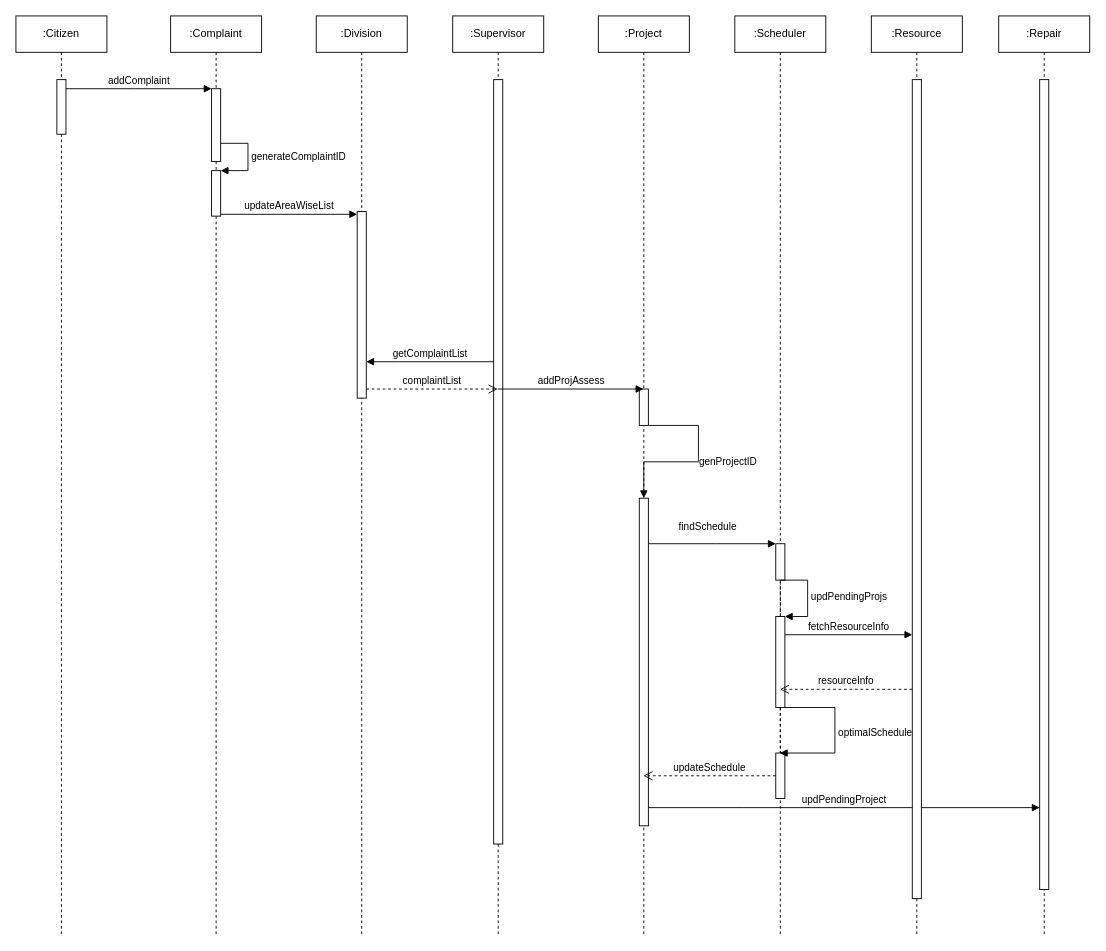
Before: diagrams/sequential.drawio in O-alpha/SE-LAB, a draw.io diagram. Source tidied: cells renumbered, new cells numbered last; positions are measured from the earlier drawing's top-left corner, leaving out a move shared by most shapes. Both pictures are drawn from the tidied source at 91%, with x=0, y=0 at pixel (15, 15).
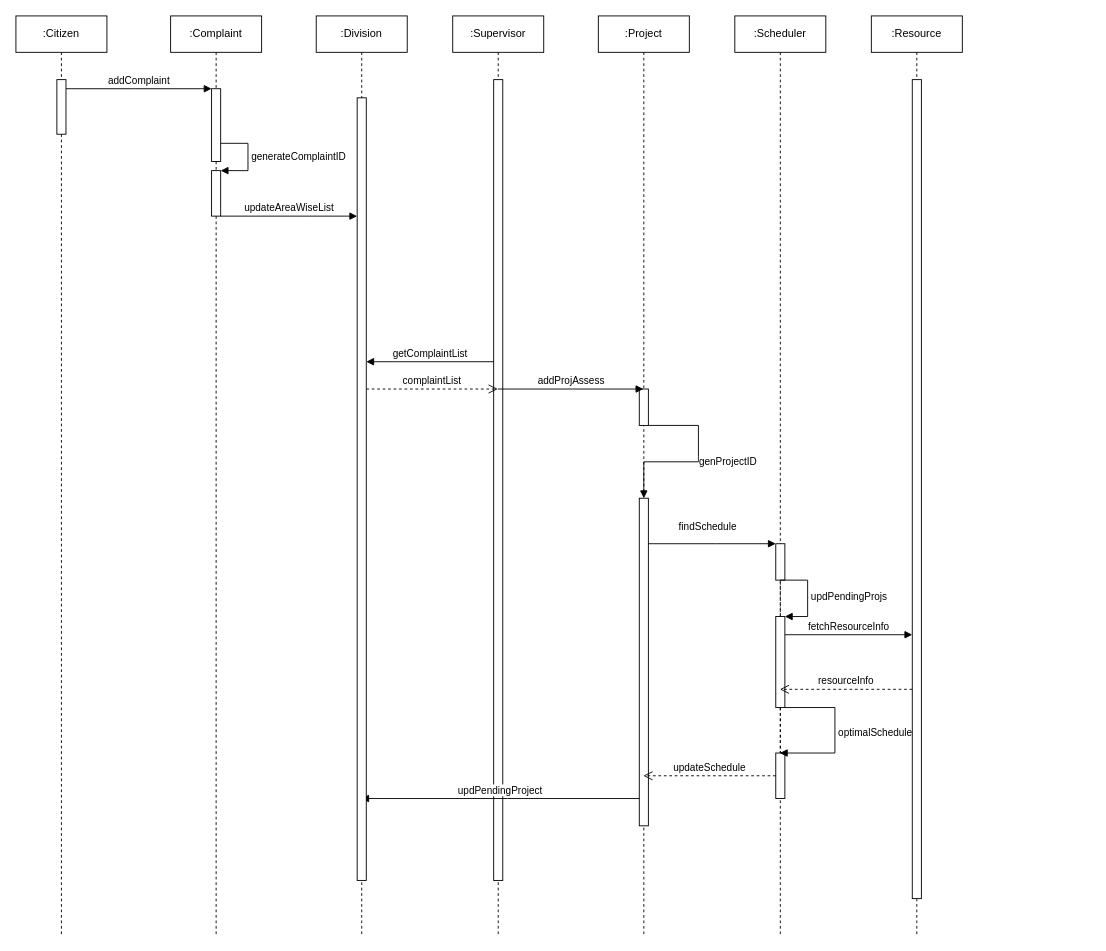
Above is the later version.

The change refers to these unchanged cells:
```xml
<mxCell id="6" style="html=1;points=[];perimeter=orthogonalPerimeter;outlineConnect=0;targetShapes=umlLifeline;portConstraint=eastwest;newEdgeStyle={&quot;edgeStyle&quot;:&quot;elbowEdgeStyle&quot;,&quot;elbow&quot;:&quot;vertical&quot;,&quot;curved&quot;:0,&quot;rounded&quot;:0};" parent="4" vertex="1">
  <mxGeometry x="45" y="170" width="10" height="50" as="geometry" />
</mxCell>
<mxCell id="8" value=":Supervisor" style="shape=umlLifeline;perimeter=lifelinePerimeter;whiteSpace=wrap;html=1;outlineConnect=0;portConstraint=eastwest;newEdgeStyle={&quot;edgeStyle&quot;:&quot;elbowEdgeStyle&quot;,&quot;elbow&quot;:&quot;vertical&quot;,&quot;curved&quot;:0,&quot;rounded&quot;:0};" parent="1" vertex="1">
  <mxGeometry x="480" width="100" height="1010" as="geometry" />
</mxCell>
<mxCell id="12" style="html=1;points=[];perimeter=orthogonalPerimeter;outlineConnect=0;targetShapes=umlLifeline;portConstraint=eastwest;newEdgeStyle={&quot;edgeStyle&quot;:&quot;elbowEdgeStyle&quot;,&quot;elbow&quot;:&quot;vertical&quot;,&quot;curved&quot;:0,&quot;rounded&quot;:0};" parent="10" vertex="1">
  <mxGeometry x="45" y="530" width="10" height="360" as="geometry" />
</mxCell>
<mxCell id="31" value=":Division" style="shape=umlLifeline;perimeter=lifelinePerimeter;whiteSpace=wrap;html=1;outlineConnect=0;portConstraint=eastwest;newEdgeStyle={&quot;edgeStyle&quot;:&quot;elbowEdgeStyle&quot;,&quot;elbow&quot;:&quot;vertical&quot;,&quot;curved&quot;:0,&quot;rounded&quot;:0};" parent="1" vertex="1">
  <mxGeometry x="330" width="100" height="1010" as="geometry" />
</mxCell>
```

Change to the diagram source:
```diff
@@
     <mxCell id="9" style="html=1;points=[];perimeter=orthogonalPerimeter;outlineConnect=0;targetShapes=umlLifeline;portConstraint=eastwest;newEdgeStyle={&quot;edgeStyle&quot;:&quot;elbowEdgeStyle&quot;,&quot;elbow&quot;:&quot;vertical&quot;,&quot;curved&quot;:0,&quot;rounded&quot;:0};" parent="8" vertex="1">
-      <mxGeometry x="45" y="70" width="10" height="840" as="geometry" />
+      <mxGeometry x="45" y="70" width="10" height="880" as="geometry" />
     </mxCell>
@@
-    <mxCell id="21" value=":Repair" style="shape=umlLifeline;perimeter=lifelinePerimeter;whiteSpace=wrap;html=1;newEdgeStyle={&quot;edgeStyle&quot;:&quot;elbowEdgeStyle&quot;,&quot;elbow&quot;:&quot;vertical&quot;,&quot;curved&quot;:0,&quot;rounded&quot;:0};" parent="1" vertex="1">
-      <mxGeometry x="1080" width="100" height="1010" as="geometry" />
-    </mxCell>
-    <mxCell id="22" style="html=1;points=[];perimeter=orthogonalPerimeter;outlineConnect=0;targetShapes=umlLifeline;portConstraint=eastwest;newEdgeStyle={&quot;edgeStyle&quot;:&quot;elbowEdgeStyle&quot;,&quot;elbow&quot;:&quot;vertical&quot;,&quot;curved&quot;:0,&quot;rounded&quot;:0};" parent="21" vertex="1">
-      <mxGeometry x="45" y="70" width="10" height="890" as="geometry" />
-    </mxCell>
@@
-    <mxCell id="25" value="updPendingProject" style="html=1;verticalAlign=bottom;endArrow=block;edgeStyle=elbowEdgeStyle;elbow=vertical;curved=0;rounded=0;" parent="1" edge="1" source="12" target="22">
+    <mxCell id="25" value="updPendingProject" style="html=1;verticalAlign=bottom;endArrow=block;edgeStyle=elbowEdgeStyle;elbow=vertical;curved=0;rounded=0;" parent="1" edge="1" source="12" target="31">
       <mxGeometry relative="1" as="geometry">
         <Array as="points">
-          <mxPoint x="800" y="870" />
-          <mxPoint x="890" y="840" />
+          <mxPoint x="540" y="860" />
           <mxPoint x="880" y="790" />
           <mxPoint x="860" y="750" />
           <mxPoint x="830" y="740" />
           <mxPoint x="850" y="680" />
           <mxPoint x="840" y="620" />
           <mxPoint x="845" y="580" />
         </Array>
       </mxGeometry>
     </mxCell>
@@
     <mxCell id="32" style="html=1;points=[];perimeter=orthogonalPerimeter;outlineConnect=0;targetShapes=umlLifeline;portConstraint=eastwest;newEdgeStyle={&quot;edgeStyle&quot;:&quot;elbowEdgeStyle&quot;,&quot;elbow&quot;:&quot;vertical&quot;,&quot;curved&quot;:0,&quot;rounded&quot;:0};" parent="31" vertex="1">
-      <mxGeometry x="45" y="215" width="10" height="205" as="geometry" />
+      <mxGeometry x="45" y="90" width="10" height="860" as="geometry" />
     </mxCell>
     <mxCell id="33" value="updateAreaWiseList" style="html=1;verticalAlign=bottom;endArrow=block;edgeStyle=elbowEdgeStyle;elbow=vertical;curved=0;rounded=0;" parent="1" edge="1" source="6" target="32">
-      <mxGeometry relative="1" as="geometry" />
+      <mxGeometry relative="1" as="geometry">
+        <Array as="points">
+          <mxPoint x="320" y="220" />
+        </Array>
+      </mxGeometry>
     </mxCell>
```
